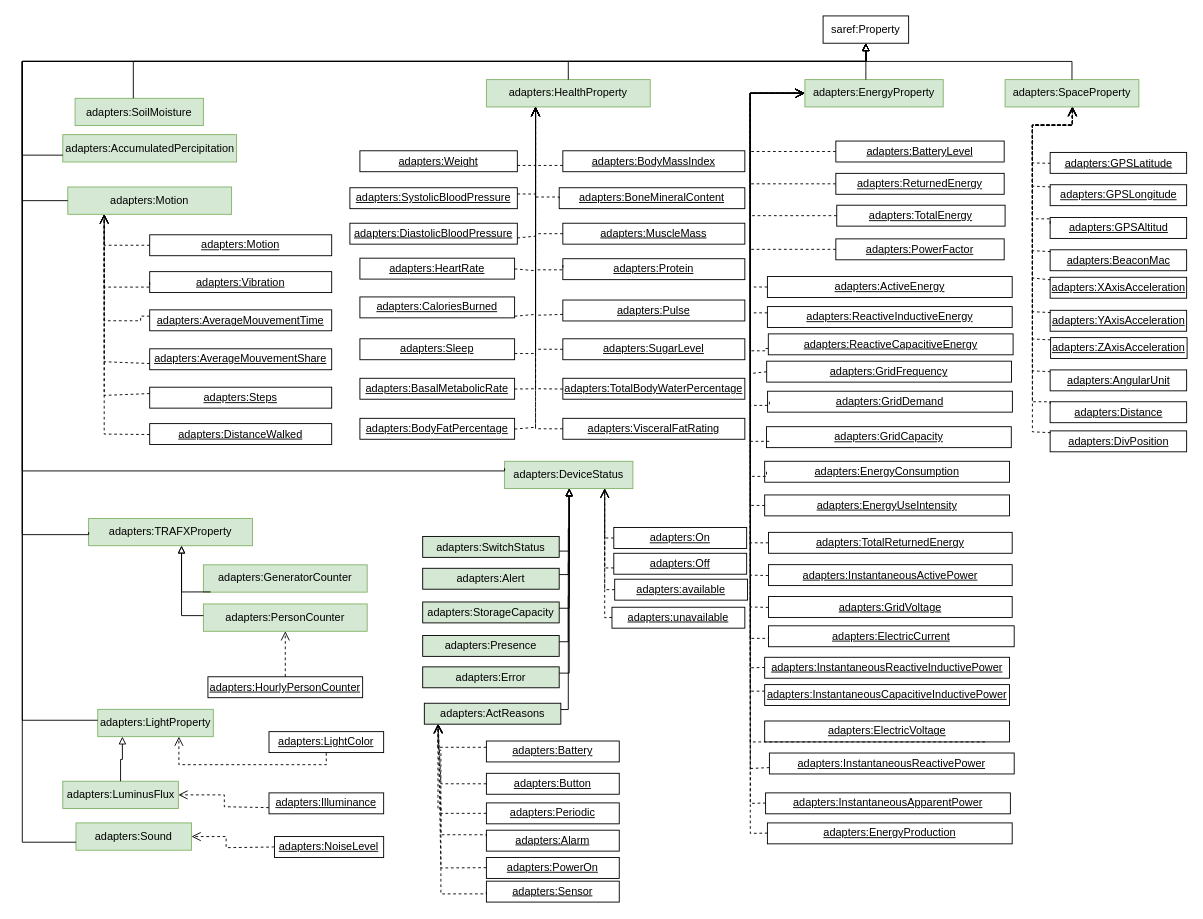
Above: Diagrams/properties.drawio in oeg-upm/auroral-adapters-ontology (draw.io), before the change. Source tidied: cells renumbered, new cells numbered last; positions are measured from the earlier drawing's top-left corner, leaving out a move shared by most shapes. Both pictures are drawn from the tidied source at 91%, with x=0, y=0 at pixel (22, 15).
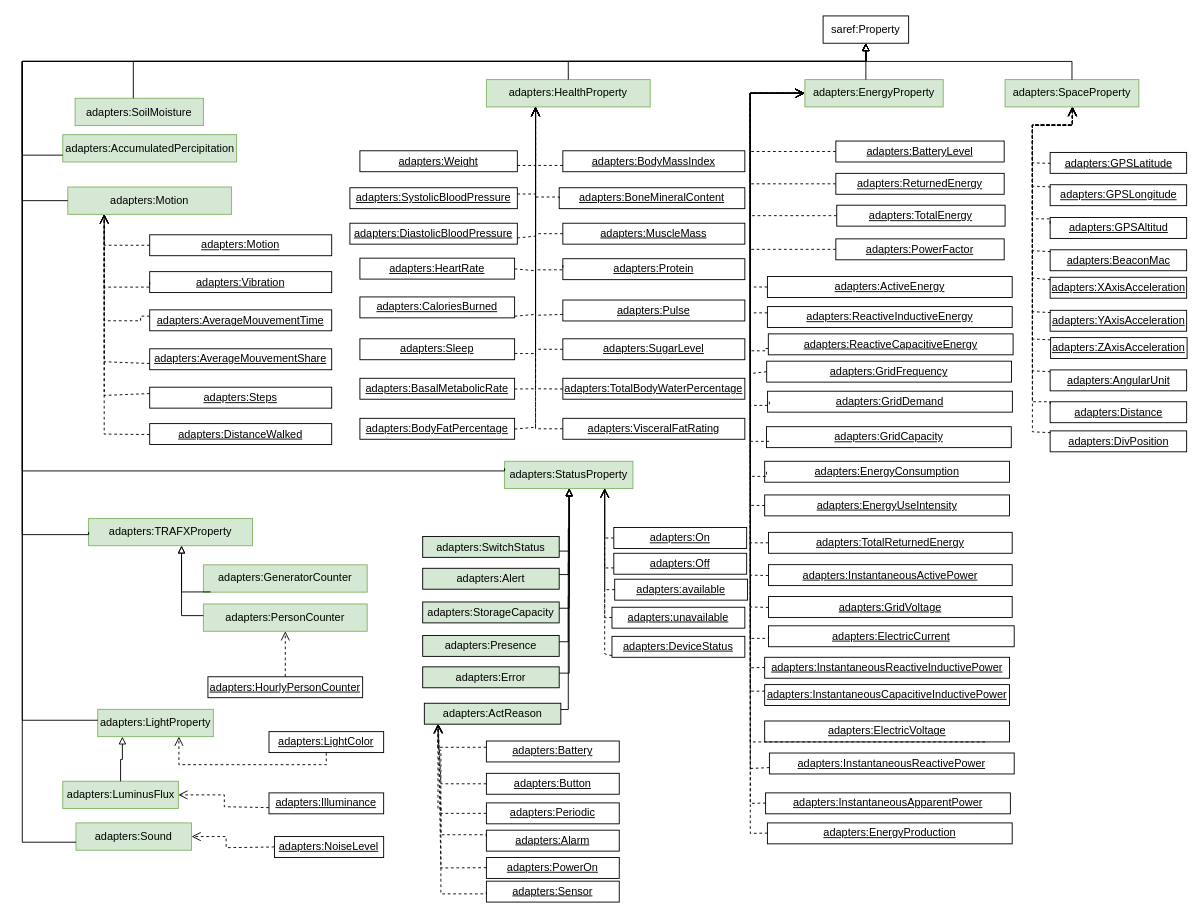
After the change.

What changed in the source:
```diff
@@
-    <mxCell id="6" value="adapters:DeviceStatus" style="rounded=0;whiteSpace=wrap;html=1;fillColor=#D5E8D4;strokeColor=#82b366;" parent="1" vertex="1">
+    <mxCell id="6" value="adapters:StatusProperty" style="rounded=0;whiteSpace=wrap;html=1;fillColor=#D5E8D4;strokeColor=#82b366;" parent="1" vertex="1">
       <mxGeometry x="530" y="489.4" width="141" height="30" as="geometry" />
     </mxCell>
@@
-    <mxCell id="114" value="adapters:ActReasons" style="rounded=0;whiteSpace=wrap;html=1;snapToPoint=1;points=[[0.1,0],[0.2,0],[0.3,0],[0.4,0],[0.5,0],[0.6,0],[0.7,0],[0.8,0],[0.9,0],[0,0.1],[0,0.3],[0,0.5],[0,0.7],[0,0.9],[0.1,1],[0.2,1],[0.3,1],[0.4,1],[0.5,1],[0.6,1],[0.7,1],[0.8,1],[0.9,1],[1,0.1],[1,0.3],[1,0.5],[1,0.7],[1,0.9]];fillColor=#D5E8D4;" parent="1" vertex="1">
+    <mxCell id="114" value="adapters:ActReason" style="rounded=0;whiteSpace=wrap;html=1;snapToPoint=1;points=[[0.1,0],[0.2,0],[0.3,0],[0.4,0],[0.5,0],[0.6,0],[0.7,0],[0.8,0],[0.9,0],[0,0.1],[0,0.3],[0,0.5],[0,0.7],[0,0.9],[0.1,1],[0.2,1],[0.3,1],[0.4,1],[0.5,1],[0.6,1],[0.7,1],[0.8,1],[0.9,1],[1,0.1],[1,0.3],[1,0.5],[1,0.7],[1,0.9]];fillColor=#D5E8D4;" parent="1" vertex="1">
       <mxGeometry x="441.8" y="755.3" width="150" height="23" as="geometry" />
     </mxCell>
@@
+    <mxCell id="177" value="&lt;u&gt;adapters:DeviceStatus&lt;/u&gt;" style="rounded=0;whiteSpace=wrap;html=1;snapToPoint=1;points=[[0.1,0],[0.2,0],[0.3,0],[0.4,0],[0.5,0],[0.6,0],[0.7,0],[0.8,0],[0.9,0],[0,0.1],[0,0.3],[0,0.5],[0,0.7],[0,0.9],[0.1,1],[0.2,1],[0.3,1],[0.4,1],[0.5,1],[0.6,1],[0.7,1],[0.8,1],[0.9,1],[1,0.1],[1,0.3],[1,0.5],[1,0.7],[1,0.9]];" parent="1" vertex="1">
+      <mxGeometry x="648" y="681.8" width="146" height="23" as="geometry" />
+    </mxCell>
+    <mxCell id="178" style="endArrow=open;html=1;fontColor=#000099;endFill=0;dashed=1;endSize=8;edgeStyle=orthogonalEdgeStyle;arcSize=0;" parent="1" edge="1" source="177" target="6">
+      <mxGeometry relative="1" as="geometry">
+        <Array as="points">
+          <mxPoint x="640" y="701" />
+        </Array>
+      </mxGeometry>
+    </mxCell>
```
